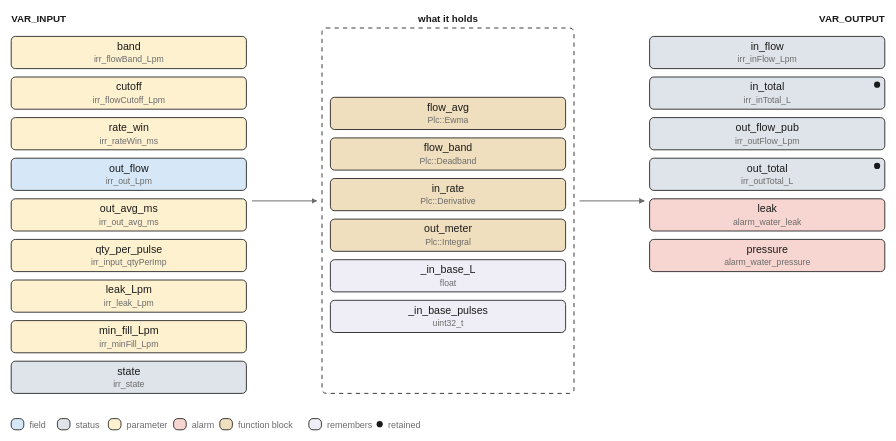
The draw.io diagram images/logic/irr_meters.drawio.svg in pstch/botanik2, before a commit. Source tidied: cells renumbered, new cells last; positions are measured from the earlier drawing's top-left corner, leaving out a move shared by most shapes.
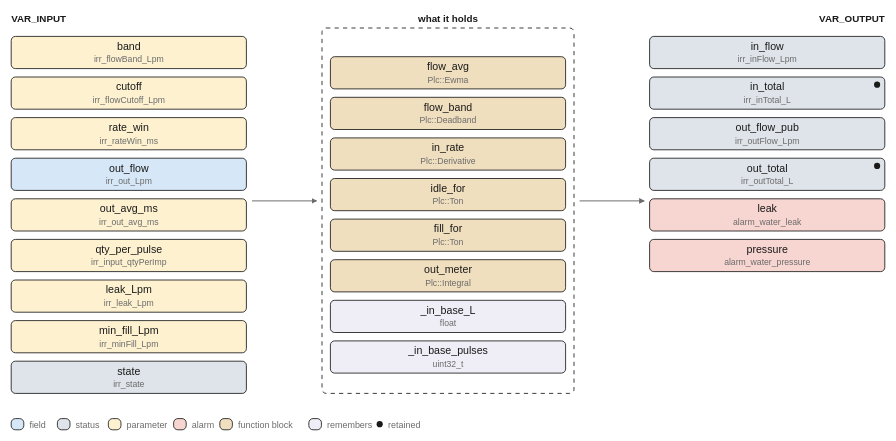
After the commit.

What changed in the source:
```diff
@@ -66,76 +66,82 @@
       <mxGeometry x="222" y="11" width="180" height="261" as="geometry" />
     </mxCell>
     <mxCell id="23" value="flow_avg" style="rounded=1;fillColor=#f0dfbe;strokeColor=#1a1a1a;whiteSpace=wrap;html=1;fontSize=8;" parent="1" vertex="1">
-      <mxGeometry x="228" y="60.5" width="168" height="23" as="geometry" />
+      <mxGeometry x="228" y="31.5" width="168" height="23" as="geometry" />
     </mxCell>
     <mxCell id="24" value="flow_band" style="rounded=1;fillColor=#f0dfbe;strokeColor=#1a1a1a;whiteSpace=wrap;html=1;fontSize=8;" parent="1" vertex="1">
-      <mxGeometry x="228" y="89.5" width="168" height="23" as="geometry" />
+      <mxGeometry x="228" y="60.5" width="168" height="23" as="geometry" />
     </mxCell>
     <mxCell id="25" value="in_rate" style="rounded=1;fillColor=#f0dfbe;strokeColor=#1a1a1a;whiteSpace=wrap;html=1;fontSize=8;" parent="1" vertex="1">
-      <mxGeometry x="228" y="118.5" width="168" height="23" as="geometry" />
+      <mxGeometry x="228" y="89.5" width="168" height="23" as="geometry" />
     </mxCell>
-    <mxCell id="26" value="out_meter" style="rounded=1;fillColor=#f0dfbe;strokeColor=#1a1a1a;whiteSpace=wrap;html=1;fontSize=8;" parent="1" vertex="1">
-      <mxGeometry x="228" y="147.5" width="168" height="23" as="geometry" />
+    <mxCell id="26" value="idle_for" style="rounded=1;fillColor=#f0dfbe;strokeColor=#1a1a1a;whiteSpace=wrap;html=1;fontSize=8;" parent="1" vertex="1">
+      <mxGeometry x="228" y="118.5" width="168" height="23" as="geometry" />
     </mxCell>
-    <mxCell id="27" value="_in_base_L" style="rounded=1;fillColor=#efeef6;strokeColor=#1a1a1a;whiteSpace=wrap;html=1;fontSize=8;" parent="1" vertex="1">
-      <mxGeometry x="228" y="176.5" width="168" height="23" as="geometry" />
+    <mxCell id="27" value="fill_for" style="rounded=1;fillColor=#f0dfbe;strokeColor=#1a1a1a;whiteSpace=wrap;html=1;fontSize=8;" parent="1" vertex="1">
+      <mxGeometry x="228" y="147.5" width="168" height="23" as="geometry" />
     </mxCell>
-    <mxCell id="28" value="_in_base_pulses" style="rounded=1;fillColor=#efeef6;strokeColor=#1a1a1a;whiteSpace=wrap;html=1;fontSize=8;" parent="1" vertex="1">
-      <mxGeometry x="228" y="205.5" width="168" height="23" as="geometry" />
+    <mxCell id="28" value="out_meter" style="rounded=1;fillColor=#f0dfbe;strokeColor=#1a1a1a;whiteSpace=wrap;html=1;fontSize=8;" parent="1" vertex="1">
+      <mxGeometry x="228" y="176.5" width="168" height="23" as="geometry" />
     </mxCell>
-    <mxCell id="29" style="edgeStyle=none;html=1;strokeColor=#6b6b6b;endArrow=block;" parent="1" edge="1">
-      <mxGeometry relative="1" as="geometry">
-        <mxPoint x="172" y="134.5" as="sourcePoint" />
-        <mxPoint x="218" y="134.5" as="targetPoint" />
-      </mxGeometry>
-    </mxCell>
-    <mxCell id="30" style="edgeStyle=none;html=1;strokeColor=#6b6b6b;endArrow=block;" parent="1" edge="1">
-      <mxGeometry relative="1" as="geometry">
-        <mxPoint x="406" y="134.5" as="sourcePoint" />
-        <mxPoint x="452" y="134.5" as="targetPoint" />
-      </mxGeometry>
-    </mxCell>
-    <mxCell id="31" style="rounded=1;fillColor=#d6e8f7;strokeColor=#1a1a1a;whiteSpace=wrap;html=1;fontSize=8;" parent="1" vertex="1">
-      <mxGeometry y="290" width="9" height="8" as="geometry" />
-    </mxCell>
-    <mxCell id="32" value="field" style="text;html=1;fontSize=6;fontColor=#6b6b6b;align=left;" parent="1" vertex="1">
-      <mxGeometry x="13" y="290.6" width="40" height="10.4" as="geometry" />
-    </mxCell>
+    <mxCell id="45" value="_in_base_L" style="rounded=1;fillColor=#efeef6;strokeColor=#1a1a1a;whiteSpace=wrap;html=1;fontSize=8;" parent="1" vertex="1">
+      <mxGeometry x="228" y="205.5" width="168" height="23" as="geometry" />
+    </mxCell>
+    <mxCell id="46" value="_in_base_pulses" style="rounded=1;fillColor=#efeef6;strokeColor=#1a1a1a;whiteSpace=wrap;html=1;fontSize=8;" parent="1" vertex="1">
+      <mxGeometry x="228" y="234.5" width="168" height="23" as="geometry" />
+    </mxCell>
+    <mxCell id="47" style="edgeStyle=none;html=1;strokeColor=#6b6b6b;endArrow=block;" parent="1" edge="1">
+      <mxGeometry relative="1" as="geometry">
+        <mxPoint x="172" y="134.5" as="sourcePoint" />
+        <mxPoint x="218" y="134.5" as="targetPoint" />
+      </mxGeometry>
+    </mxCell>
+    <mxCell id="48" style="edgeStyle=none;html=1;strokeColor=#6b6b6b;endArrow=block;" parent="1" edge="1">
+      <mxGeometry relative="1" as="geometry">
+        <mxPoint x="406" y="134.5" as="sourcePoint" />
+        <mxPoint x="452" y="134.5" as="targetPoint" />
+      </mxGeometry>
+    </mxCell>
-    <mxCell id="33" style="rounded=1;fillColor=#dfe4ea;strokeColor=#1a1a1a;whiteSpace=wrap;html=1;fontSize=8;" parent="1" vertex="1">
-      <mxGeometry x="33" y="290" width="9" height="8" as="geometry" />
+    <mxCell id="33" style="rounded=1;fillColor=#d6e8f7;strokeColor=#1a1a1a;whiteSpace=wrap;html=1;fontSize=8;" parent="1" vertex="1">
+      <mxGeometry y="290" width="9" height="8" as="geometry" />
     </mxCell>
-    <mxCell id="34" value="status" style="text;html=1;fontSize=6;fontColor=#6b6b6b;align=left;" parent="1" vertex="1">
-      <mxGeometry x="46" y="290.6" width="40" height="10.4" as="geometry" />
+    <mxCell id="34" value="field" style="text;html=1;fontSize=6;fontColor=#6b6b6b;align=left;" parent="1" vertex="1">
+      <mxGeometry x="13" y="290.6" width="40" height="10.4" as="geometry" />
     </mxCell>
-    <mxCell id="35" style="rounded=1;fillColor=#fdf1d0;strokeColor=#1a1a1a;whiteSpace=wrap;html=1;fontSize=8;" parent="1" vertex="1">
-      <mxGeometry x="69.4" y="290" width="9" height="8" as="geometry" />
+    <mxCell id="35" style="rounded=1;fillColor=#dfe4ea;strokeColor=#1a1a1a;whiteSpace=wrap;html=1;fontSize=8;" parent="1" vertex="1">
+      <mxGeometry x="33" y="290" width="9" height="8" as="geometry" />
     </mxCell>
-    <mxCell id="36" value="parameter" style="text;html=1;fontSize=6;fontColor=#6b6b6b;align=left;" parent="1" vertex="1">
-      <mxGeometry x="82.4" y="290.6" width="45" height="10.4" as="geometry" />
+    <mxCell id="36" value="status" style="text;html=1;fontSize=6;fontColor=#6b6b6b;align=left;" parent="1" vertex="1">
+      <mxGeometry x="46" y="290.6" width="40" height="10.4" as="geometry" />
     </mxCell>
-    <mxCell id="37" style="rounded=1;fillColor=#f7d5d1;strokeColor=#1a1a1a;whiteSpace=wrap;html=1;fontSize=8;" parent="1" vertex="1">
-      <mxGeometry x="116" y="290" width="9" height="8" as="geometry" />
+    <mxCell id="37" style="rounded=1;fillColor=#fdf1d0;strokeColor=#1a1a1a;whiteSpace=wrap;html=1;fontSize=8;" parent="1" vertex="1">
+      <mxGeometry x="69.4" y="290" width="9" height="8" as="geometry" />
     </mxCell>
-    <mxCell id="38" value="alarm" style="text;html=1;fontSize=6;fontColor=#6b6b6b;align=left;" parent="1" vertex="1">
-      <mxGeometry x="129" y="290.6" width="40" height="10.4" as="geometry" />
+    <mxCell id="38" value="parameter" style="text;html=1;fontSize=6;fontColor=#6b6b6b;align=left;" parent="1" vertex="1">
+      <mxGeometry x="82.4" y="290.6" width="45" height="10.4" as="geometry" />
     </mxCell>
-    <mxCell id="39" style="rounded=1;fillColor=#f0dfbe;strokeColor=#1a1a1a;whiteSpace=wrap;html=1;fontSize=8;" parent="1" vertex="1">
-      <mxGeometry x="149" y="290" width="9" height="8" as="geometry" />
+    <mxCell id="39" style="rounded=1;fillColor=#f7d5d1;strokeColor=#1a1a1a;whiteSpace=wrap;html=1;fontSize=8;" parent="1" vertex="1">
+      <mxGeometry x="116" y="290" width="9" height="8" as="geometry" />
     </mxCell>
-    <mxCell id="40" value="function block" style="text;html=1;fontSize=6;fontColor=#6b6b6b;align=left;" parent="1" vertex="1">
-      <mxGeometry x="162" y="290.6" width="70" height="10.4" as="geometry" />
+    <mxCell id="40" value="alarm" style="text;html=1;fontSize=6;fontColor=#6b6b6b;align=left;" parent="1" vertex="1">
+      <mxGeometry x="129" y="290.6" width="40" height="10.4" as="geometry" />
     </mxCell>
-    <mxCell id="41" style="rounded=1;fillColor=#efeef6;strokeColor=#1a1a1a;whiteSpace=wrap;html=1;fontSize=8;" parent="1" vertex="1">
-      <mxGeometry x="212.6" y="290" width="9" height="8" as="geometry" />
+    <mxCell id="41" style="rounded=1;fillColor=#f0dfbe;strokeColor=#1a1a1a;whiteSpace=wrap;html=1;fontSize=8;" parent="1" vertex="1">
+      <mxGeometry x="149" y="290" width="9" height="8" as="geometry" />
     </mxCell>
-    <mxCell id="42" value="remembers" style="text;html=1;fontSize=6;fontColor=#6b6b6b;align=left;" parent="1" vertex="1">
-      <mxGeometry x="225.6" y="290.6" width="45" height="10.4" as="geometry" />
+    <mxCell id="42" value="function block" style="text;html=1;fontSize=6;fontColor=#6b6b6b;align=left;" parent="1" vertex="1">
+      <mxGeometry x="162" y="290.6" width="70" height="10.4" as="geometry" />
     </mxCell>
+    <mxCell id="49" style="rounded=1;fillColor=#efeef6;strokeColor=#1a1a1a;whiteSpace=wrap;html=1;fontSize=8;" parent="1" vertex="1">
+      <mxGeometry x="212.6" y="290" width="9" height="8" as="geometry" />
+    </mxCell>
+    <mxCell id="44" value="remembers" style="text;html=1;fontSize=6;fontColor=#6b6b6b;align=left;" parent="1" vertex="1">
+      <mxGeometry x="225.6" y="290.6" width="45" height="10.4" as="geometry" />
+    </mxCell>
     <mxCell id="43" style="ellipse;fillColor=#1a1a1a;strokeColor=none;" parent="1" vertex="1">
       <mxGeometry x="261" y="291.8" width="4.4" height="4.4" as="geometry" />
     </mxCell>
-    <mxCell id="44" value="retained" style="text;html=1;fontSize=6;fontColor=#6b6b6b;align=left;" parent="1" vertex="1">
-      <mxGeometry x="269.2" y="290.6" width="40" height="10.4" as="geometry" />
-    </mxCell>
+    <mxCell id="50" value="retained" style="text;html=1;fontSize=6;fontColor=#6b6b6b;align=left;" parent="1" vertex="1">
+      <mxGeometry x="269.2" y="290.6" width="40" height="10.4" as="geometry" />
+    </mxCell>
   </root>
 </mxGraphModel>
```
